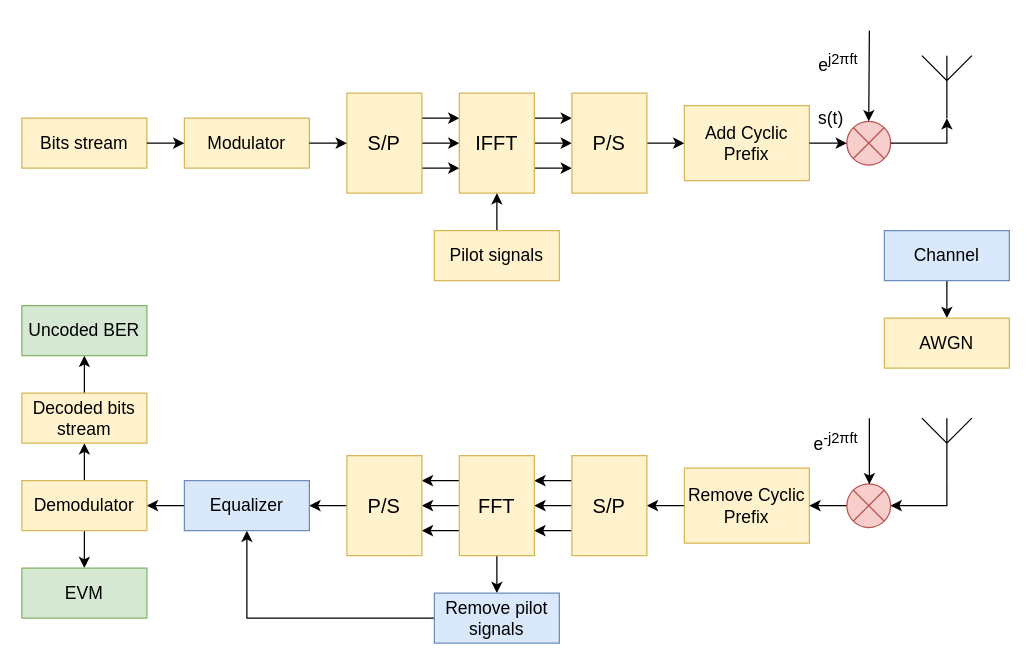
Above: model_structure.drawio in isvoropaev02/OFDM (draw.io), before the change. Source tidied: cells renumbered, new cells numbered last; positions are measured from the earlier drawing's top-left corner, leaving out a move shared by most shapes. Both pictures are drawn from the tidied source at 125%, with x=0, y=0 at pixel (21, 30).
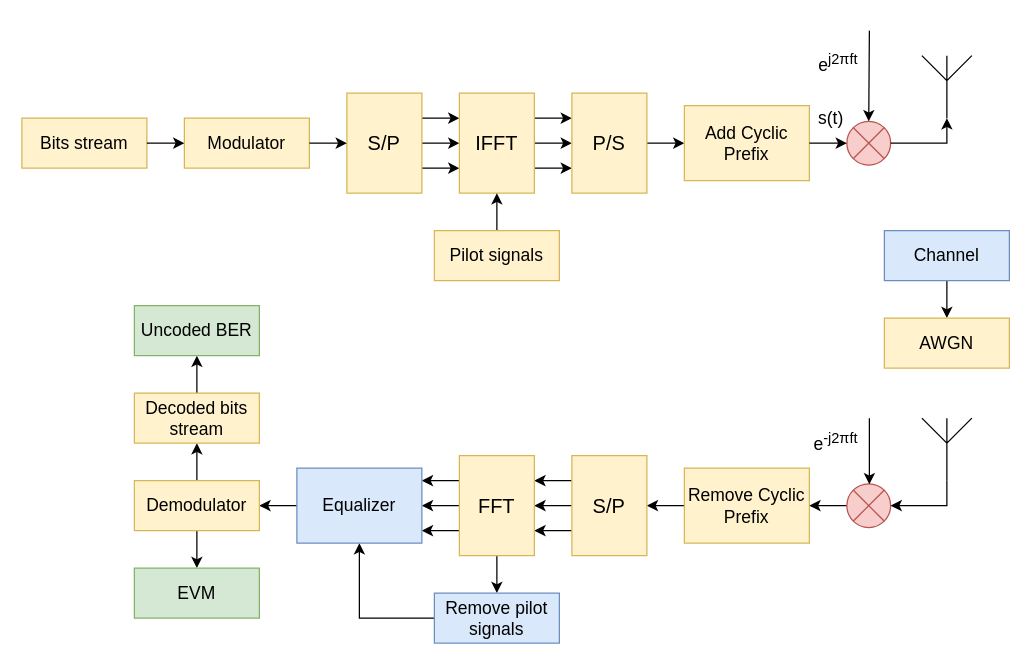
The same page after the edit.

The change refers to these unchanged cells:
```xml
<mxCell id="45" value="&lt;font size=&quot;3&quot;&gt;FFT&lt;/font&gt;" style="rounded=0;whiteSpace=wrap;html=1;direction=south;fillColor=#fff2cc;strokeColor=#d6b656;" parent="1" vertex="1">
  <mxGeometry x="350" y="340" width="60" height="80" as="geometry" />
</mxCell>
```

The edit, as a diff of the source:
```diff
@@
-    <mxCell id="41" style="edgeStyle=orthogonalEdgeStyle;rounded=0;jettySize=auto;html=1;exitX=0.25;exitY=1;exitDx=0;exitDy=0;entryX=0.25;entryY=0;entryDx=0;entryDy=0;" parent="1" edge="1" source="45" target="47">
-      <mxGeometry relative="1" as="geometry" />
+    <mxCell id="41" style="edgeStyle=orthogonalEdgeStyle;rounded=0;jettySize=auto;html=1;exitX=0.25;exitY=1;exitDx=0;exitDy=0;entryX=0.25;entryY=0;entryDx=0;entryDy=0;" parent="1" edge="1" source="45">
+      <mxGeometry relative="1" as="geometry">
+        <mxPoint x="320" y="360" as="targetPoint" />
+      </mxGeometry>
     </mxCell>
-    <mxCell id="42" style="edgeStyle=orthogonalEdgeStyle;rounded=0;jettySize=auto;html=1;exitX=0.5;exitY=1;exitDx=0;exitDy=0;entryX=0.5;entryY=0;entryDx=0;entryDy=0;" parent="1" edge="1" source="45" target="47">
-      <mxGeometry relative="1" as="geometry" />
+    <mxCell id="42" style="edgeStyle=orthogonalEdgeStyle;rounded=0;jettySize=auto;html=1;exitX=0.5;exitY=1;exitDx=0;exitDy=0;entryX=0.5;entryY=0;entryDx=0;entryDy=0;" parent="1" edge="1" source="45">
+      <mxGeometry relative="1" as="geometry">
+        <mxPoint x="320" y="380" as="targetPoint" />
+      </mxGeometry>
     </mxCell>
-    <mxCell id="43" style="edgeStyle=orthogonalEdgeStyle;rounded=0;jettySize=auto;html=1;exitX=0.75;exitY=1;exitDx=0;exitDy=0;entryX=0.75;entryY=0;entryDx=0;entryDy=0;" parent="1" edge="1" source="45" target="47">
-      <mxGeometry relative="1" as="geometry" />
+    <mxCell id="43" style="edgeStyle=orthogonalEdgeStyle;rounded=0;jettySize=auto;html=1;exitX=0.75;exitY=1;exitDx=0;exitDy=0;entryX=0.75;entryY=0;entryDx=0;entryDy=0;" parent="1" edge="1" source="45">
+      <mxGeometry relative="1" as="geometry">
+        <mxPoint x="320" y="400" as="targetPoint" />
+      </mxGeometry>
     </mxCell>
@@
-    <mxCell id="46" style="edgeStyle=orthogonalEdgeStyle;rounded=0;jettySize=auto;html=1;exitX=0.5;exitY=1;exitDx=0;exitDy=0;entryX=1;entryY=0.5;entryDx=0;entryDy=0;" parent="1" edge="1" source="47" target="51">
-      <mxGeometry relative="1" as="geometry" />
-    </mxCell>
-    <mxCell id="47" value="&lt;font size=&quot;3&quot;&gt;P/S&lt;/font&gt;" style="rounded=0;whiteSpace=wrap;html=1;direction=south;fillColor=#fff2cc;strokeColor=#d6b656;" parent="1" vertex="1">
-      <mxGeometry x="260" y="340" width="60" height="80" as="geometry" />
-    </mxCell>
@@
     <mxCell id="51" value="&lt;font style=&quot;font-size: 14px;&quot; face=&quot;Helvetica&quot;&gt;Equalizer&lt;/font&gt;" style="rounded=0;whiteSpace=wrap;html=1;fillColor=#dae8fc;strokeColor=#6c8ebf;" parent="1" vertex="1">
-      <mxGeometry x="130" y="360" width="100" height="40" as="geometry" />
+      <mxGeometry x="220" y="350" width="100" height="60" as="geometry" />
     </mxCell>
@@
     <mxCell id="54" value="&lt;font style=&quot;font-size: 14px;&quot; face=&quot;Helvetica&quot;&gt;Demodulator&lt;/font&gt;" style="rounded=0;whiteSpace=wrap;html=1;fillColor=#fff2cc;strokeColor=#d6b656;" parent="1" vertex="1">
-      <mxGeometry y="360" width="100" height="40" as="geometry" />
+      <mxGeometry x="90" y="360" width="100" height="40" as="geometry" />
     </mxCell>
@@
     <mxCell id="56" value="&lt;font style=&quot;font-size: 14px;&quot; face=&quot;Helvetica&quot;&gt;Decoded bits stream&lt;/font&gt;" style="rounded=0;whiteSpace=wrap;html=1;fillColor=#fff2cc;strokeColor=#d6b656;" parent="1" vertex="1">
-      <mxGeometry y="290" width="100" height="40" as="geometry" />
+      <mxGeometry x="90" y="290" width="100" height="40" as="geometry" />
     </mxCell>
     <mxCell id="57" value="&lt;font style=&quot;font-size: 14px;&quot; face=&quot;Helvetica&quot;&gt;Uncoded BER&lt;/font&gt;" style="rounded=0;whiteSpace=wrap;html=1;fillColor=#d5e8d4;strokeColor=#82b366;" parent="1" vertex="1">
-      <mxGeometry y="220" width="100" height="40" as="geometry" />
+      <mxGeometry x="90" y="220" width="100" height="40" as="geometry" />
     </mxCell>
     <mxCell id="58" value="&lt;font style=&quot;font-size: 14px;&quot; face=&quot;Helvetica&quot;&gt;EVM&lt;/font&gt;" style="rounded=0;whiteSpace=wrap;html=1;fillColor=#d5e8d4;strokeColor=#82b366;" parent="1" vertex="1">
-      <mxGeometry y="430" width="100" height="40" as="geometry" />
+      <mxGeometry x="90" y="430" width="100" height="40" as="geometry" />
     </mxCell>
```
